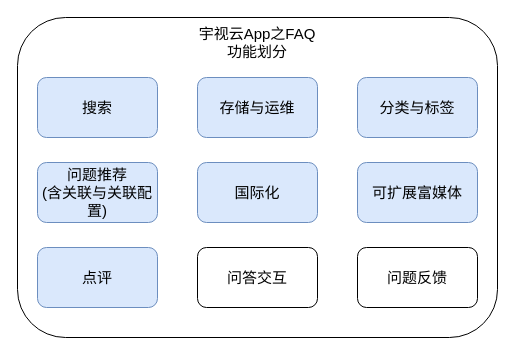
Above: 宇视云之FAQ系统模块划分.drawio in HuaHero/OnLineFaq (draw.io), before the change. Source tidied: cells renumbered, new cells numbered last; positions are measured from the earlier drawing's top-left corner, leaving out a move shared by most shapes. Both pictures are drawn from the tidied source at 100%, with x=0, y=0 at pixel (17, 17).
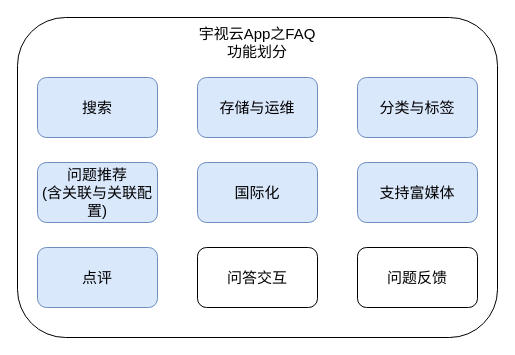
After the change.

Commit message:
更新宇视云之FAQ系统模块划分.drawio

What changed in the source:
```diff
@@
 <mxGraphModel>
   <root>
     <mxCell id="0" />
     <mxCell id="1" parent="0" />
     <mxCell id="2" style="rounded=1;whiteSpace=wrap;html=1;fontSize=15;" parent="1" vertex="1">
       <mxGeometry width="480" height="320" as="geometry" />
     </mxCell>
     <mxCell id="3" value="搜索" style="rounded=1;whiteSpace=wrap;html=1;fontSize=15;fillColor=#dae8fc;strokeColor=#6c8ebf;" parent="1" vertex="1">
       <mxGeometry x="20" y="60" width="120" height="60" as="geometry" />
     </mxCell>
     <mxCell id="4" value="存储与运维" style="rounded=1;whiteSpace=wrap;html=1;fontSize=15;fillColor=#dae8fc;strokeColor=#6c8ebf;" parent="1" vertex="1">
       <mxGeometry x="180" y="60" width="120" height="60" as="geometry" />
     </mxCell>
     <mxCell id="5" value="分类与标签" style="rounded=1;whiteSpace=wrap;html=1;fontSize=15;fillColor=#dae8fc;strokeColor=#6c8ebf;" parent="1" vertex="1">
       <mxGeometry x="340" y="60" width="120" height="60" as="geometry" />
     </mxCell>
     <mxCell id="6" value="问题推荐&lt;div&gt;(含关联与关联配置)&lt;/div&gt;" style="rounded=1;whiteSpace=wrap;html=1;fontSize=15;fillColor=#dae8fc;strokeColor=#6c8ebf;" parent="1" vertex="1">
       <mxGeometry x="20" y="145" width="120" height="60" as="geometry" />
     </mxCell>
     <mxCell id="7" value="问答交互" style="rounded=1;whiteSpace=wrap;html=1;fontSize=15;" parent="1" vertex="1">
       <mxGeometry x="180" y="230" width="120" height="60" as="geometry" />
     </mxCell>
     <mxCell id="8" value="国际化" style="rounded=1;whiteSpace=wrap;html=1;fontSize=15;fillColor=#dae8fc;strokeColor=#6c8ebf;" parent="1" vertex="1">
       <mxGeometry x="180" y="145" width="120" height="60" as="geometry" />
     </mxCell>
-    <mxCell id="9" value="可扩展富媒体" style="rounded=1;whiteSpace=wrap;html=1;fontSize=15;fillColor=#dae8fc;strokeColor=#6c8ebf;" parent="1" vertex="1">
+    <mxCell id="9" value="支持富媒体" style="rounded=1;whiteSpace=wrap;html=1;fontSize=15;fillColor=#dae8fc;strokeColor=#6c8ebf;" parent="1" vertex="1">
       <mxGeometry x="340" y="145" width="120" height="60" as="geometry" />
     </mxCell>
     <mxCell id="10" value="点评" style="rounded=1;whiteSpace=wrap;html=1;fontSize=15;fillColor=#dae8fc;strokeColor=#6c8ebf;" parent="1" vertex="1">
       <mxGeometry x="20" y="230" width="120" height="60" as="geometry" />
     </mxCell>
     <mxCell id="11" value="宇视云App之FAQ功能划分" style="text;html=1;align=center;verticalAlign=middle;whiteSpace=wrap;rounded=0;fontSize=15;" parent="1" vertex="1">
       <mxGeometry x="180" y="10" width="120" height="30" as="geometry" />
     </mxCell>
     <mxCell id="12" value="问题反馈" style="rounded=1;whiteSpace=wrap;html=1;fontSize=15;" parent="1" vertex="1">
       <mxGeometry x="340" y="230" width="120" height="60" as="geometry" />
     </mxCell>
   </root>
 </mxGraphModel>
```
